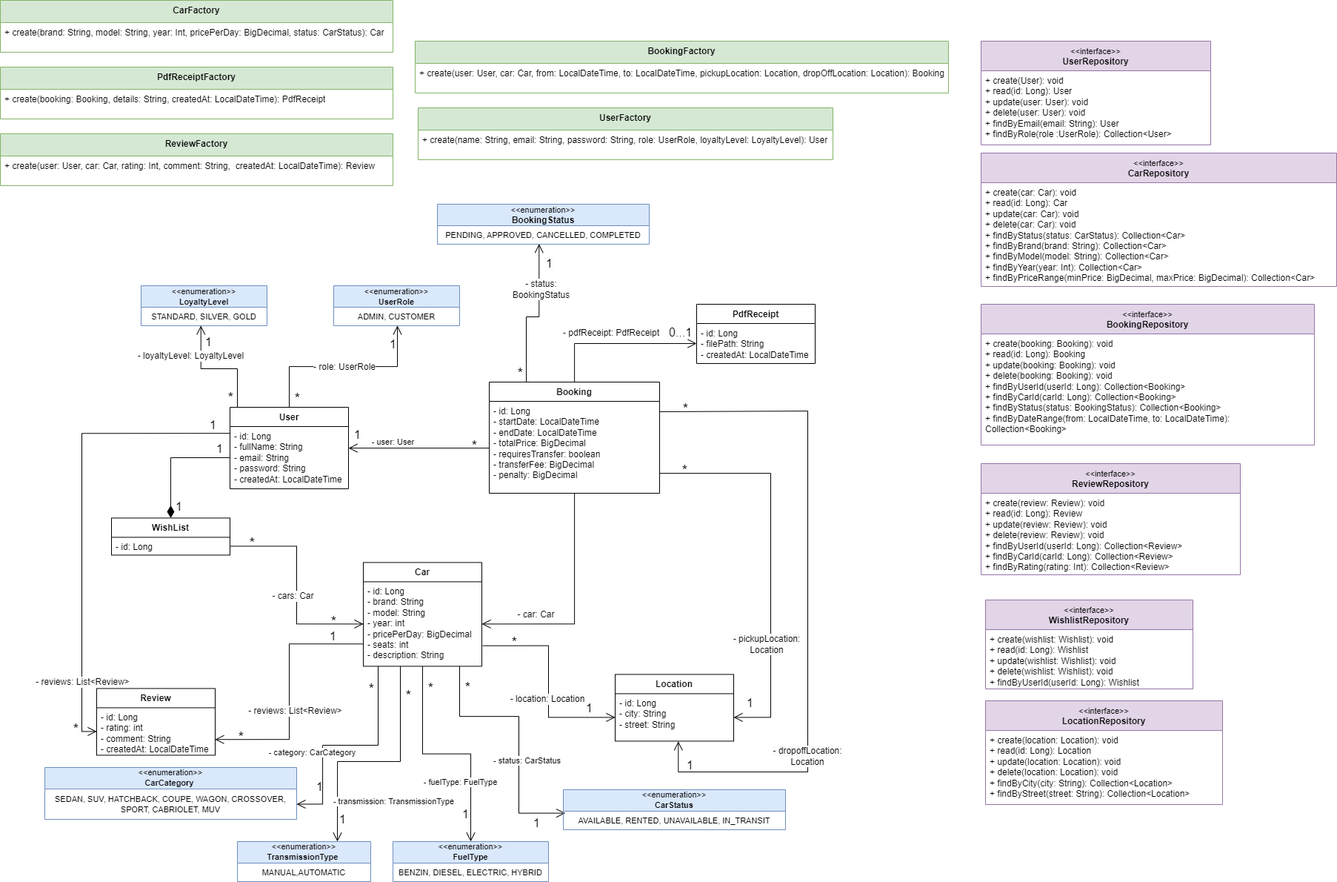
The draw.io diagram ClassDiagram.png in NotnAK/car-rental-system-gox, before a commit. Source tidied: cells renumbered, new cells last; positions are measured from the earlier drawing's top-left corner, leaving out a move shared by most shapes.
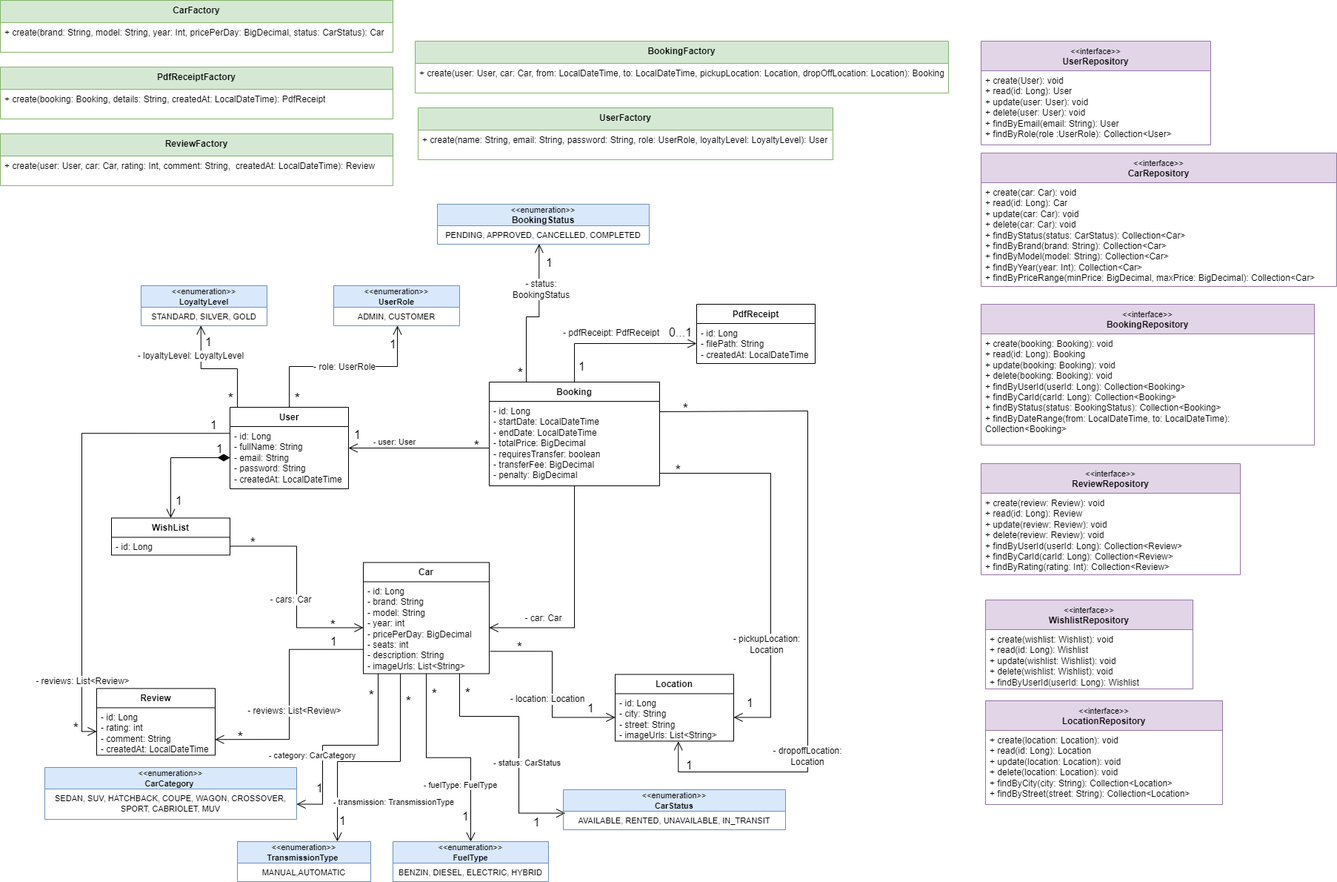
Above is the later version.

Commit message:
added class diagram

Change to the diagram source:
```diff
@@ -46,11 +46,16 @@
         <mxPoint x="10" y="-14" as="offset" />
       </mxGeometry>
     </mxCell>
+    <mxCell id="116" value="&lt;span style=&quot;font-size: 16px;&quot;&gt;1&lt;/span&gt;" style="edgeLabel;html=1;align=center;verticalAlign=middle;labelBackgroundColor=none;" parent="10" vertex="1">
+      <mxGeometry x="-0.81" y="-1" relative="1" as="geometry">
+        <mxPoint x="8" as="offset" />
+      </mxGeometry>
+    </mxCell>
     <mxCell id="12" value="Booking" style="swimlane;fontStyle=1;align=center;verticalAlign=top;horizontal=1;startSize=26;whiteSpace=wrap;html=1;" parent="1" vertex="1">
-      <mxGeometry x="660" y="515" width="230" height="150" as="geometry" />
+      <mxGeometry x="660" y="515" width="230" height="140" as="geometry" />
     </mxCell>
     <mxCell id="13" value="- id: Long&lt;div&gt;&lt;span style=&quot;background-color: transparent; color: light-dark(rgb(0, 0, 0), rgb(255, 255, 255));&quot;&gt;- startDate: LocalDateTime&lt;/span&gt;&lt;/div&gt;&lt;div&gt;-&amp;nbsp;endDate: LocalDateTime&lt;/div&gt;&lt;div&gt;&lt;span style=&quot;background-color: transparent; color: light-dark(rgb(0, 0, 0), rgb(255, 255, 255));&quot;&gt;-&amp;nbsp;&lt;/span&gt;&lt;span style=&quot;background-color: transparent; color: light-dark(rgb(0, 0, 0), rgb(255, 255, 255));&quot;&gt;totalPrice: BigDecimal&lt;/span&gt;&lt;/div&gt;&lt;div&gt;&lt;span style=&quot;background-color: transparent; color: light-dark(rgb(0, 0, 0), rgb(255, 255, 255));&quot;&gt;-&amp;nbsp;&lt;/span&gt;&lt;span style=&quot;background-color: transparent; color: light-dark(rgb(0, 0, 0), rgb(255, 255, 255));&quot;&gt;requiresTransfer:&amp;nbsp;&lt;/span&gt;&lt;span style=&quot;background-color: transparent; color: light-dark(rgb(0, 0, 0), rgb(255, 255, 255));&quot;&gt;boolean&lt;/span&gt;&lt;/div&gt;&lt;div&gt;&lt;span style=&quot;background-color: transparent; color: light-dark(rgb(0, 0, 0), rgb(255, 255, 255));&quot;&gt;-&amp;nbsp;&lt;/span&gt;&lt;span style=&quot;background-color: transparent; color: light-dark(rgb(0, 0, 0), rgb(255, 255, 255));&quot;&gt;transferFee:&amp;nbsp;&lt;/span&gt;&lt;span style=&quot;background-color: transparent; color: light-dark(rgb(0, 0, 0), rgb(255, 255, 255));&quot;&gt;BigDecimal&lt;/span&gt;&lt;/div&gt;&lt;div&gt;&lt;span style=&quot;background-color: transparent; color: light-dark(rgb(0, 0, 0), rgb(255, 255, 255));&quot;&gt;-&amp;nbsp;&lt;/span&gt;&lt;span style=&quot;background-color: transparent; color: light-dark(rgb(0, 0, 0), rgb(255, 255, 255));&quot;&gt;penalty: BigDecimal&lt;/span&gt;&lt;/div&gt;&lt;div&gt;&lt;br&gt;&lt;/div&gt;" style="text;strokeColor=none;fillColor=none;align=left;verticalAlign=top;spacingLeft=4;spacingRight=4;overflow=hidden;points=[[0,0.5],[1,0.5]];portConstraint=eastwest;whiteSpace=wrap;html=1;" parent="12" vertex="1">
-      <mxGeometry y="26" width="230" height="124" as="geometry" />
+      <mxGeometry y="26" width="230" height="114" as="geometry" />
     </mxCell>
     <mxCell id="14" style="edgeStyle=orthogonalEdgeStyle;shape=connector;rounded=0;jettySize=auto;html=1;strokeColor=default;align=center;verticalAlign=middle;fontFamily=Helvetica;fontSize=11;fontColor=default;labelBackgroundColor=default;endArrow=open;endFill=0;endSize=10;entryX=0.009;entryY=0.105;entryDx=0;entryDy=0;entryPerimeter=0;" parent="1" edge="1" source="30" target="86">
       <mxGeometry relative="1" as="geometry">
@@ -142,10 +147,10 @@
       </mxGeometry>
     </mxCell>
     <mxCell id="30" value="Car" style="swimlane;fontStyle=1;align=center;verticalAlign=top;horizontal=1;startSize=26;whiteSpace=wrap;html=1;" parent="1" vertex="1">
-      <mxGeometry x="490" y="758.4" width="160" height="140" as="geometry" />
+      <mxGeometry x="490" y="758.4" width="170" height="150" as="geometry" />
     </mxCell>
-    <mxCell id="31" value="- id: Long&lt;div&gt;- brand: String&lt;/div&gt;&lt;div&gt;-&amp;nbsp;model: String&lt;/div&gt;&lt;div&gt;-&amp;nbsp;year: int&lt;/div&gt;&lt;div&gt;-&amp;nbsp;pricePerDay: BigDecimal&lt;/div&gt;&lt;div&gt;- seats: int&lt;/div&gt;&lt;div&gt;- description: String&lt;/div&gt;" style="text;strokeColor=none;fillColor=none;align=left;verticalAlign=top;spacingLeft=4;spacingRight=4;overflow=hidden;points=[[0,0.5],[1,0.5]];portConstraint=eastwest;whiteSpace=wrap;html=1;" parent="30" vertex="1">
-      <mxGeometry y="26" width="160" height="114" as="geometry" />
+    <mxCell id="31" value="- id: Long&lt;div&gt;- brand: String&lt;/div&gt;&lt;div&gt;-&amp;nbsp;model: String&lt;/div&gt;&lt;div&gt;-&amp;nbsp;year: int&lt;/div&gt;&lt;div&gt;-&amp;nbsp;pricePerDay: BigDecimal&lt;/div&gt;&lt;div&gt;- seats: int&lt;/div&gt;&lt;div&gt;- description: String&lt;br&gt;- imageUrls: List&amp;lt;String&amp;gt;&lt;/div&gt;" style="text;strokeColor=none;fillColor=none;align=left;verticalAlign=top;spacingLeft=4;spacingRight=4;overflow=hidden;points=[[0,0.5],[1,0.5]];portConstraint=eastwest;whiteSpace=wrap;html=1;" parent="30" vertex="1">
+      <mxGeometry y="26" width="170" height="124" as="geometry" />
     </mxCell>
     <mxCell id="32" value="WishList" style="swimlane;fontStyle=1;align=center;verticalAlign=top;horizontal=1;startSize=26;whiteSpace=wrap;html=1;" parent="1" vertex="1">
       <mxGeometry x="150" y="698.4" width="160" height="50" as="geometry" />
@@ -171,7 +176,7 @@
         <mxPoint y="-4" as="offset" />
       </mxGeometry>
     </mxCell>
-    <mxCell id="38" style="edgeStyle=orthogonalEdgeStyle;shape=connector;rounded=0;jettySize=auto;html=1;entryX=0.5;entryY=0;entryDx=0;entryDy=0;strokeColor=default;align=center;verticalAlign=middle;fontFamily=Helvetica;fontSize=11;fontColor=default;labelBackgroundColor=default;endArrow=diamondThin;endFill=1;endSize=14;" parent="1" edge="1" source="7" target="32">
+    <mxCell id="38" style="edgeStyle=orthogonalEdgeStyle;shape=connector;rounded=0;jettySize=auto;html=1;entryX=0.5;entryY=0;entryDx=0;entryDy=0;strokeColor=default;align=center;verticalAlign=middle;fontFamily=Helvetica;fontSize=11;fontColor=default;labelBackgroundColor=default;endArrow=open;endFill=0;endSize=10;startArrow=diamondThin;startFill=1;sourcePerimeterSpacing=0;startSize=14;" parent="1" edge="1" source="7" target="32">
       <mxGeometry relative="1" as="geometry" />
     </mxCell>
     <mxCell id="39" value="&lt;span style=&quot;font-size: 16px;&quot;&gt;1&lt;/span&gt;" style="edgeLabel;html=1;align=center;verticalAlign=middle;fontFamily=Helvetica;fontSize=11;fontColor=default;labelBackgroundColor=none;" parent="38" vertex="1">
@@ -179,9 +184,9 @@
         <mxPoint y="-13" as="offset" />
       </mxGeometry>
     </mxCell>
-    <mxCell id="40" value="&lt;span style=&quot;font-size: 16px; background-color: rgb(251, 251, 251);&quot;&gt;1&lt;/span&gt;" style="edgeLabel;html=1;align=center;verticalAlign=middle;fontFamily=Helvetica;fontSize=11;fontColor=default;labelBackgroundColor=default;" parent="38" vertex="1">
+    <mxCell id="40" value="&lt;span style=&quot;font-size: 16px;&quot;&gt;1&lt;/span&gt;" style="edgeLabel;html=1;align=center;verticalAlign=middle;fontFamily=Helvetica;fontSize=11;fontColor=default;labelBackgroundColor=none;" parent="38" vertex="1">
       <mxGeometry x="0.81" y="-3" relative="1" as="geometry">
-        <mxPoint x="13" as="offset" />
+        <mxPoint x="13" y="-8" as="offset" />
       </mxGeometry>
     </mxCell>
     <mxCell id="41" value="Review" style="swimlane;fontStyle=1;align=center;verticalAlign=top;horizontal=1;startSize=26;whiteSpace=wrap;html=1;" parent="1" vertex="1">
@@ -229,7 +234,7 @@
     <mxCell id="51" value="Location" style="swimlane;fontStyle=1;align=center;verticalAlign=top;horizontal=1;startSize=26;whiteSpace=wrap;html=1;" parent="1" vertex="1">
       <mxGeometry x="830" y="909.4" width="160" height="90" as="geometry" />
     </mxCell>
-    <mxCell id="52" value="- id: Long&lt;div&gt;- city: String&lt;/div&gt;&lt;div&gt;- street: String&lt;/div&gt;" style="text;strokeColor=none;fillColor=none;align=left;verticalAlign=top;spacingLeft=4;spacingRight=4;overflow=hidden;points=[[0,0.5],[1,0.5]];portConstraint=eastwest;whiteSpace=wrap;html=1;" parent="51" vertex="1">
+    <mxCell id="52" value="- id: Long&lt;div&gt;- city: String&lt;/div&gt;&lt;div&gt;- street: String&lt;/div&gt;&lt;div&gt;- imageUrls: List&amp;lt;String&amp;gt;&lt;/div&gt;" style="text;strokeColor=none;fillColor=none;align=left;verticalAlign=top;spacingLeft=4;spacingRight=4;overflow=hidden;points=[[0,0.5],[1,0.5]];portConstraint=eastwest;whiteSpace=wrap;html=1;" parent="51" vertex="1">
       <mxGeometry y="26" width="160" height="64" as="geometry" />
     </mxCell>
     <mxCell id="53" style="edgeStyle=orthogonalEdgeStyle;shape=connector;rounded=0;jettySize=auto;html=1;entryX=0;entryY=0.5;entryDx=0;entryDy=0;strokeColor=default;align=center;verticalAlign=middle;fontFamily=Helvetica;fontSize=11;fontColor=default;labelBackgroundColor=default;endArrow=open;endFill=0;endSize=10;exitX=1.008;exitY=0.757;exitDx=0;exitDy=0;exitPerimeter=0;" parent="1" edge="1" source="31" target="52">
```
